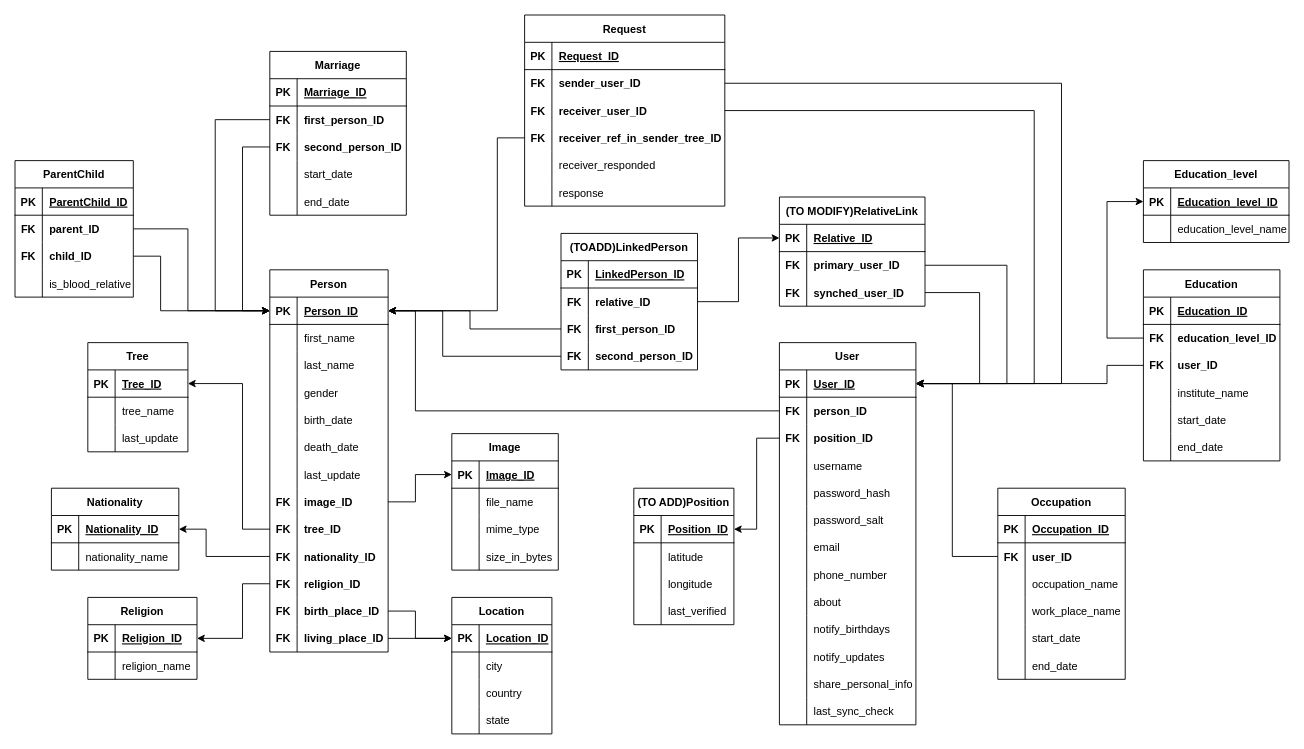
bogdandr14/Genealogy-Tree keeps this draw.io diagram as genealoryTree.drawio. Above is the earlier version. Source tidied: cells renumbered, new cells numbered last; positions are measured from the earlier drawing's top-left corner, leaving out a move shared by most shapes. Both pictures are drawn from the tidied source at 91%, with x=0, y=0 at pixel (15, 15).
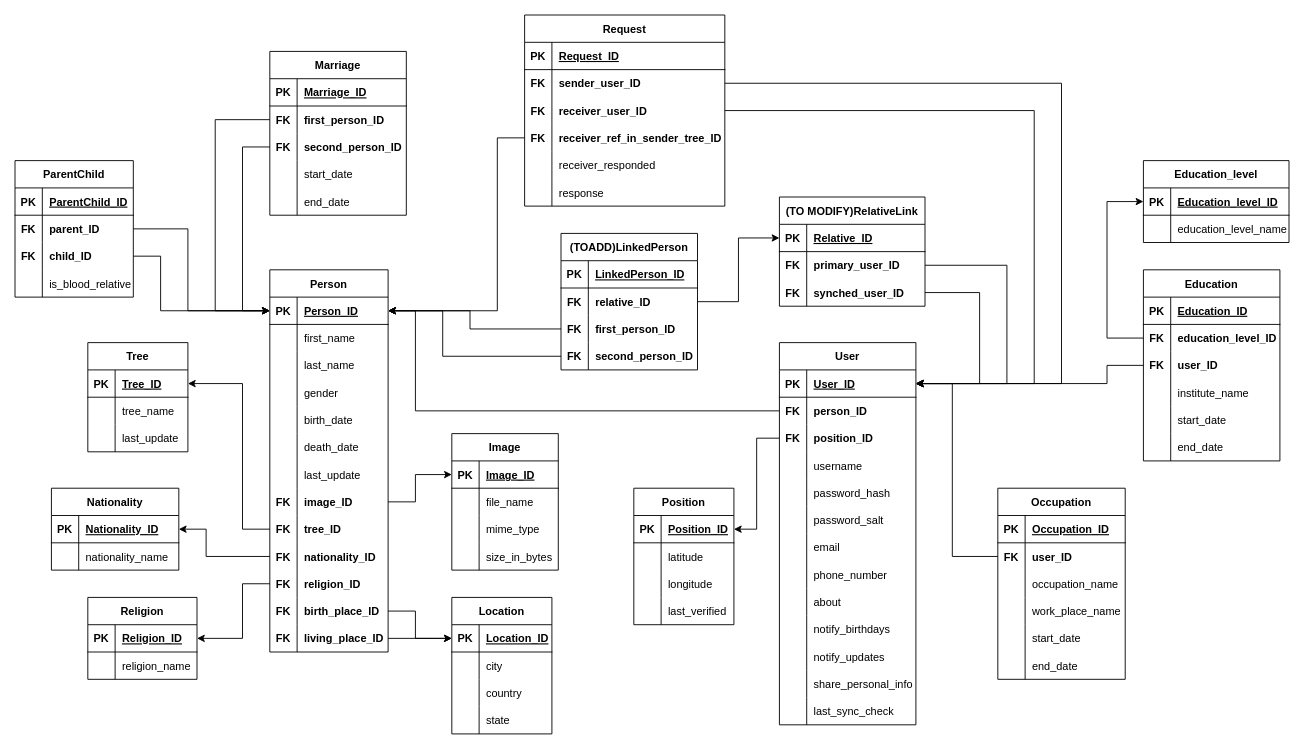
Above is the later version.

Diff of the diagram source:
```diff
@@
-    <mxCell id="270" value="(TO ADD)Position" style="shape=table;startSize=30;childLayout=tableLayout;rowLines=0;fontStyle=1;align=center;" parent="1" vertex="1">
+    <mxCell id="270" value="Position" style="shape=table;startSize=30;childLayout=tableLayout;rowLines=0;fontStyle=1;align=center;" parent="1" vertex="1">
       <mxGeometry x="680" y="520" width="110" height="150" as="geometry" />
     </mxCell>
```
